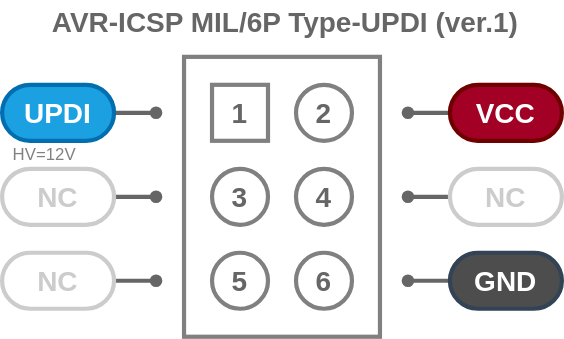
Above: svg/AVR-ICSP-M6P-UPDIv1.drawio.svg in askn37/askn37.github.io (draw.io), before the change. Source tidied: cells renumbered, new cells last; positions are measured from the earlier drawing's top-left corner, leaving out a move shared by most shapes. The source it was exported from:
```xml
<mxGraphModel>
  <root>
    <mxCell id="0" />
    <mxCell id="1" parent="0" />
    <mxCell id="2" style="rounded=0;whiteSpace=wrap;html=1;labelBackgroundColor=#663300;fontSize=20;fontColor=#FFFFFF;strokeColor=#808080;strokeWidth=3;fillColor=none;" parent="1" vertex="1">
      <mxGeometry x="130" y="40" width="140" height="200" as="geometry" />
    </mxCell>
    <mxCell id="3" value="2" style="ellipse;whiteSpace=wrap;html=1;strokeWidth=3;strokeColor=#808080;fontSize=20;fontStyle=1;rounded=1;fontColor=#666666;fillColor=none;" parent="1" vertex="1">
      <mxGeometry x="210" y="60" width="40" height="40" as="geometry" />
    </mxCell>
    <mxCell id="4" value="1" style="whiteSpace=wrap;html=1;strokeWidth=3;strokeColor=#808080;fontStyle=1;fontSize=20;rounded=0;fontColor=#666666;fillColor=none;" parent="1" vertex="1">
      <mxGeometry x="150" y="60" width="40" height="40" as="geometry" />
    </mxCell>
    <mxCell id="5" value="3" style="ellipse;whiteSpace=wrap;html=1;strokeColor=#808080;strokeWidth=3;fontSize=20;fontStyle=1;rounded=1;fontColor=#666666;fillColor=none;" parent="1" vertex="1">
      <mxGeometry x="150" y="120" width="40" height="40" as="geometry" />
    </mxCell>
    <mxCell id="6" value="4" style="ellipse;whiteSpace=wrap;html=1;strokeColor=#808080;strokeWidth=3;fontStyle=1;fontSize=20;rounded=1;fontColor=#666666;fillColor=none;" parent="1" vertex="1">
      <mxGeometry x="210" y="120" width="40" height="40" as="geometry" />
    </mxCell>
    <mxCell id="7" value="5" style="ellipse;whiteSpace=wrap;html=1;strokeWidth=3;strokeColor=#808080;fontStyle=1;fontSize=20;rounded=1;fontColor=#666666;fillColor=none;" parent="1" vertex="1">
      <mxGeometry x="150" y="180" width="40" height="40" as="geometry" />
    </mxCell>
    <mxCell id="8" value="6" style="ellipse;whiteSpace=wrap;html=1;strokeColor=#808080;strokeWidth=3;fontStyle=1;fontSize=20;rounded=1;fontColor=#666666;fillColor=none;" parent="1" vertex="1">
      <mxGeometry x="210" y="180" width="40" height="40" as="geometry" />
    </mxCell>
    <mxCell id="9" style="edgeStyle=none;html=1;fontSize=20;fontColor=#FFFFFF;startArrow=none;startFill=0;endArrow=oval;endFill=1;strokeColor=#666666;strokeWidth=3;" parent="1" edge="1" source="10">
      <mxGeometry relative="1" as="geometry">
        <mxPoint x="290" y="80" as="targetPoint" />
      </mxGeometry>
    </mxCell>
    <mxCell id="10" value="VCC" style="rounded=1;whiteSpace=wrap;html=1;fontSize=20;strokeWidth=3;fontStyle=1;fillColor=#a20025;strokeColor=#6F0000;fontColor=#ffffff;arcSize=50;" parent="1" vertex="1">
      <mxGeometry x="320" y="60" width="80" height="40" as="geometry" />
    </mxCell>
    <mxCell id="11" style="edgeStyle=none;html=1;fontSize=20;fontColor=#FFFFFF;startArrow=none;startFill=0;endArrow=oval;endFill=1;strokeColor=#666666;strokeWidth=3;" parent="1" edge="1" source="12">
      <mxGeometry relative="1" as="geometry">
        <mxPoint x="290" y="140" as="targetPoint" />
      </mxGeometry>
    </mxCell>
    <mxCell id="12" value="NC" style="rounded=1;whiteSpace=wrap;html=1;fontSize=20;strokeWidth=3;fontStyle=1;arcSize=50;strokeColor=#CCCCCC;fontColor=#CCCCCC;fillColor=none;" parent="1" vertex="1">
      <mxGeometry x="320" y="120" width="80" height="40" as="geometry" />
    </mxCell>
    <mxCell id="13" style="edgeStyle=none;html=1;fontSize=20;fontColor=#FFFFFF;startArrow=none;startFill=0;endArrow=oval;endFill=1;strokeColor=#666666;strokeWidth=3;" parent="1" edge="1" source="14">
      <mxGeometry relative="1" as="geometry">
        <mxPoint x="290" y="200" as="targetPoint" />
      </mxGeometry>
    </mxCell>
    <mxCell id="14" value="GND" style="rounded=1;whiteSpace=wrap;html=1;fontSize=20;strokeWidth=3;fontStyle=1;fillColor=#4D4D4D;strokeColor=#314354;fontColor=#ffffff;arcSize=50;" parent="1" vertex="1">
      <mxGeometry x="320" y="180" width="80" height="40" as="geometry" />
    </mxCell>
    <mxCell id="15" style="html=1;exitX=1;exitY=0.5;exitDx=0;exitDy=0;fontSize=20;fontColor=#FFFFFF;strokeWidth=3;strokeColor=#666666;startArrow=none;startFill=0;endArrow=oval;endFill=1;" parent="1" edge="1" source="16">
      <mxGeometry relative="1" as="geometry">
        <mxPoint x="110" y="80" as="targetPoint" />
      </mxGeometry>
    </mxCell>
    <mxCell id="16" value="UPDI" style="rounded=1;whiteSpace=wrap;html=1;fontSize=20;strokeWidth=3;fontStyle=1;fillColor=#1ba1e2;strokeColor=#006EAF;fontColor=#ffffff;arcSize=50;" parent="1" vertex="1">
      <mxGeometry y="60" width="80" height="40" as="geometry" />
    </mxCell>
    <mxCell id="17" style="edgeStyle=none;html=1;exitX=1;exitY=0.5;exitDx=0;exitDy=0;fontSize=20;fontColor=#FFFFFF;startArrow=none;startFill=0;endArrow=oval;endFill=1;strokeColor=#666666;strokeWidth=3;" parent="1" edge="1" source="21">
      <mxGeometry relative="1" as="geometry">
        <mxPoint x="110" y="140" as="targetPoint" />
      </mxGeometry>
    </mxCell>
    <mxCell id="18" style="edgeStyle=none;html=1;fontSize=20;fontColor=#FFFFFF;startArrow=none;startFill=0;endArrow=oval;endFill=1;strokeColor=#666666;strokeWidth=3;exitX=1;exitY=0.5;exitDx=0;exitDy=0;" parent="1" edge="1" source="22">
      <mxGeometry relative="1" as="geometry">
        <mxPoint x="110" y="200" as="targetPoint" />
      </mxGeometry>
    </mxCell>
    <mxCell id="19" value="AVR-ICSP MIL/6P Type-UPDI (ver.1)" style="text;html=1;align=center;verticalAlign=middle;strokeColor=none;fillColor=none;fontSize=20;fontColor=#666666;fontStyle=1;" parent="1" vertex="1">
      <mxGeometry x="27" width="350" height="30" as="geometry" />
    </mxCell>
    <mxCell id="20" value="HV=12V" style="text;html=1;align=center;verticalAlign=middle;strokeColor=none;fillColor=none;fontColor=#808080;" parent="1" vertex="1">
      <mxGeometry y="100" width="60" height="20" as="geometry" />
    </mxCell>
    <mxCell id="21" value="NC" style="rounded=1;whiteSpace=wrap;html=1;fontSize=20;strokeWidth=3;fontStyle=1;arcSize=50;strokeColor=#CCCCCC;fontColor=#CCCCCC;fillColor=none;" parent="1" vertex="1">
      <mxGeometry y="120" width="80" height="40" as="geometry" />
    </mxCell>
    <mxCell id="22" value="NC" style="rounded=1;whiteSpace=wrap;html=1;fontSize=20;strokeWidth=3;fontStyle=1;arcSize=50;strokeColor=#CCCCCC;fontColor=#CCCCCC;fillColor=none;" parent="1" vertex="1">
      <mxGeometry y="180" width="80" height="40" as="geometry" />
    </mxCell>
  </root>
</mxGraphModel>
```
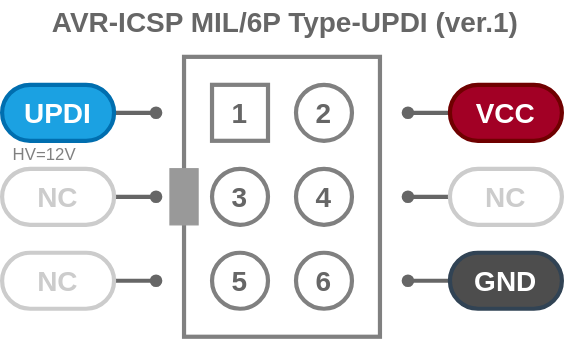
Above is the later version.

Diff of the diagram source:
```diff
@@ -77,5 +77,8 @@
     <mxCell id="22" value="NC" style="rounded=1;whiteSpace=wrap;html=1;fontSize=20;strokeWidth=3;fontStyle=1;arcSize=50;strokeColor=#CCCCCC;fontColor=#CCCCCC;fillColor=none;" parent="1" vertex="1">
       <mxGeometry y="180" width="80" height="40" as="geometry" />
     </mxCell>
+    <mxCell id="23" style="rounded=0;whiteSpace=wrap;html=1;fillColor=#999999;strokeColor=#999999;" parent="1" vertex="1">
+      <mxGeometry x="120" y="120" width="20" height="40" as="geometry" />
+    </mxCell>
   </root>
 </mxGraphModel>
```
